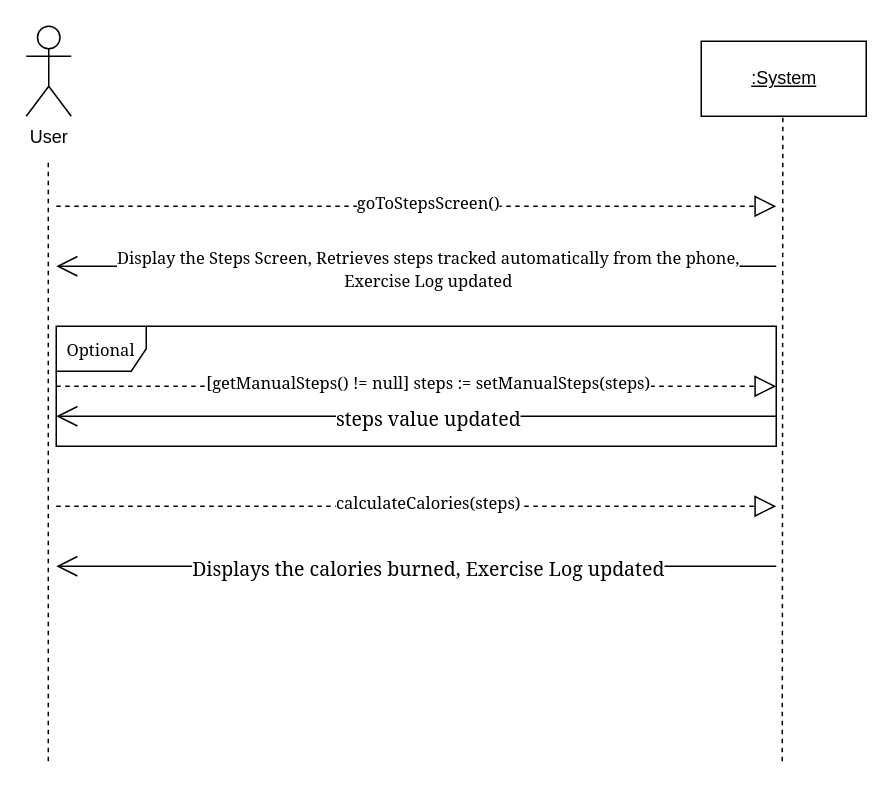
Before: SSD - Calculate Calories for Steps Taken.drawio in Esaied19/Team-Albatross, a draw.io diagram. Source tidied: cells renumbered, new cells numbered last; positions are measured from the earlier drawing's top-left corner, leaving out a move shared by most shapes. Both pictures are drawn from the tidied source at 150%, with x=0, y=0 at pixel (26, 26).
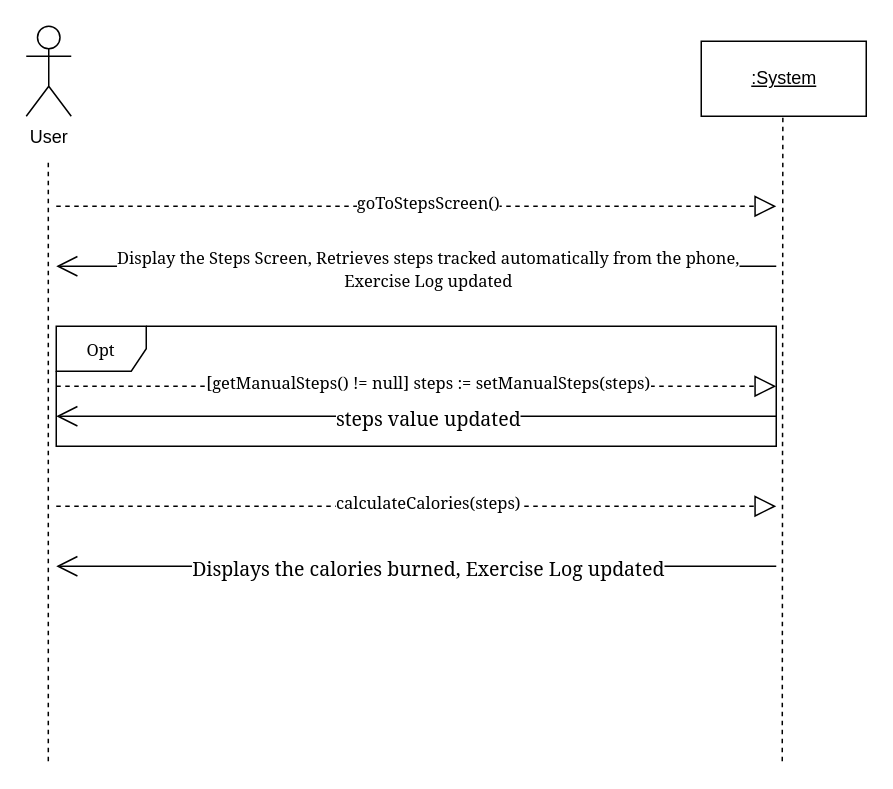
Above is the later version.

The edit, as a diff of the source:
```diff
@@
-    <mxCell id="18" value="Optional" style="shape=umlFrame;whiteSpace=wrap;html=1;fontFamily=Georgia;fontSize=11;" parent="1" vertex="1">
+    <mxCell id="18" value="Opt" style="shape=umlFrame;whiteSpace=wrap;html=1;fontFamily=Georgia;fontSize=11;" parent="1" vertex="1">
       <mxGeometry x="20" y="200" width="480" height="80" as="geometry" />
     </mxCell>
```
